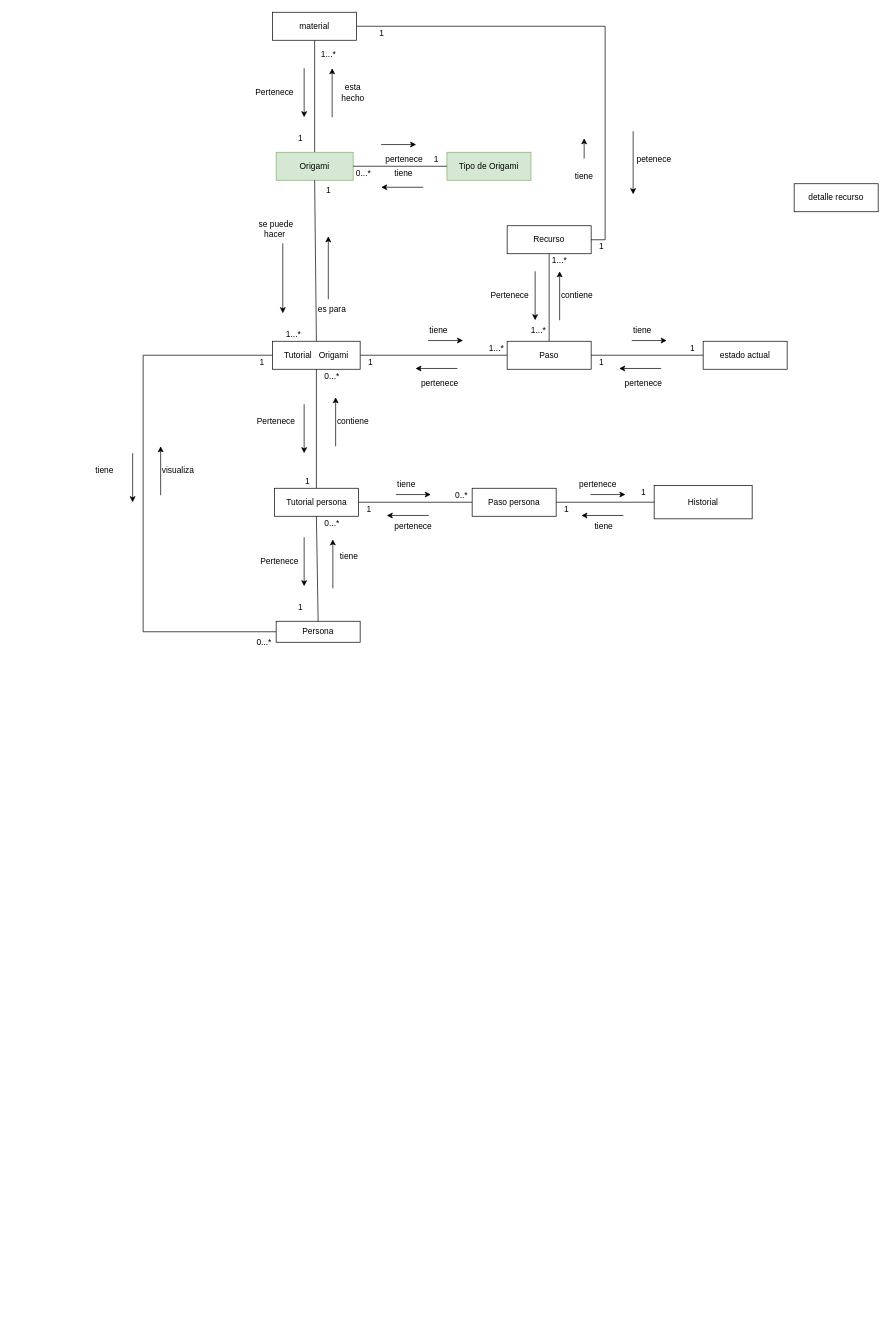
Above: ModeloDeDominio3D.drawio in andrescastillo1996/documentacionMundoOrigami (draw.io), before the change. Source tidied: cells renumbered, new cells numbered last; positions are measured from the earlier drawing's top-left corner, leaving out a move shared by most shapes. Both pictures are drawn from the tidied source at 70%, with x=0, y=0 at pixel (83, 12).
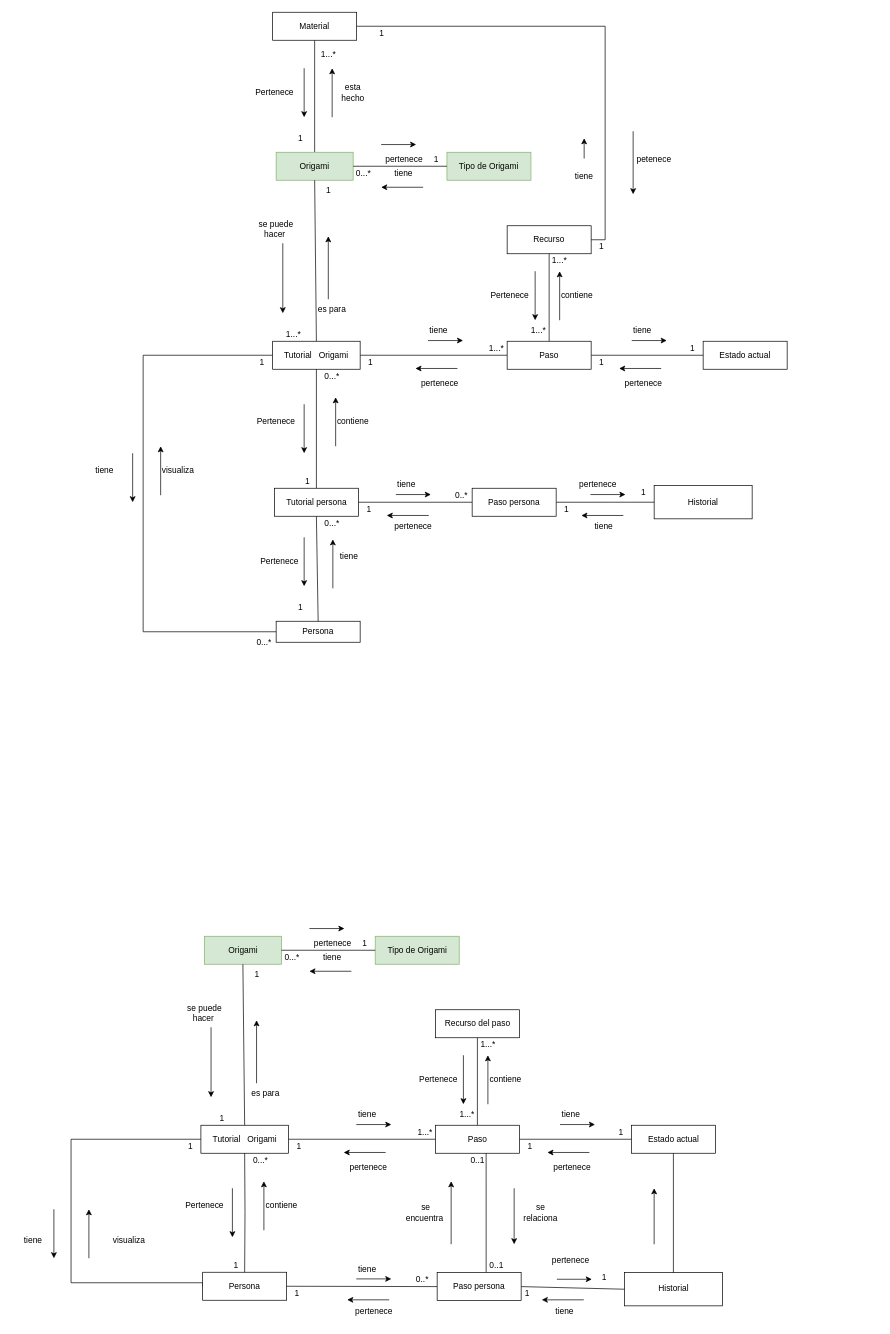
The same diagram, later.

Change to the diagram source:
```diff
@@
-    <mxCell id="30" value="estado actual" style="rounded=0;whiteSpace=wrap;html=1;" parent="1" vertex="1">
+    <mxCell id="30" value="Estado actual" style="rounded=0;whiteSpace=wrap;html=1;" parent="1" vertex="1">
       <mxGeometry x="885" y="470" width="120" height="40" as="geometry" />
     </mxCell>
@@
-    <mxCell id="53" value="material" style="rounded=0;whiteSpace=wrap;html=1;" parent="1" vertex="1">
+    <mxCell id="53" value="Material" style="rounded=0;whiteSpace=wrap;html=1;" parent="1" vertex="1">
       <mxGeometry x="270" width="120" height="40" as="geometry" />
     </mxCell>
@@
-    <mxCell id="66" value="detalle recurso" style="rounded=0;whiteSpace=wrap;html=1;" parent="1" vertex="1">
-      <mxGeometry x="1015" y="245" width="120" height="40" as="geometry" />
-    </mxCell>
@@
+    <mxCell id="98" value="Tipo de Origami" style="rounded=0;whiteSpace=wrap;html=1;fillColor=#d5e8d4;strokeColor=#82b366;" parent="1" vertex="1">
+      <mxGeometry x="416.5" y="1320" width="120" height="40" as="geometry" />
+    </mxCell>
+    <mxCell id="99" value="Origami" style="rounded=0;whiteSpace=wrap;html=1;fillColor=#d5e8d4;strokeColor=#82b366;" parent="1" vertex="1">
+      <mxGeometry x="172.5" y="1320" width="110" height="40" as="geometry" />
+    </mxCell>
+    <mxCell id="100" value="Historial" style="rounded=0;whiteSpace=wrap;html=1;" parent="1" vertex="1">
+      <mxGeometry x="772.5" y="1800.5" width="140" height="47.5" as="geometry" />
+    </mxCell>
+    <mxCell id="101" style="endArrow=none;html=1;rounded=0;entryX=0;entryY=0.5;entryDx=0;entryDy=0;exitX=1;exitY=0.5;exitDx=0;exitDy=0;" parent="1" edge="1" source="99" target="98">
+      <mxGeometry relative="1" as="geometry" />
+    </mxCell>
+    <mxCell id="102" style="edgeStyle=orthogonalEdgeStyle;rounded=0;jettySize=auto;html=1;exitX=0;exitY=0.5;exitDx=0;exitDy=0;entryX=0;entryY=0.5;entryDx=0;entryDy=0;endArrow=none;endFill=0;" parent="1" edge="1" source="103" target="106">
+      <mxGeometry relative="1" as="geometry">
+        <Array as="points">
+          <mxPoint x="-18" y="1815" />
+          <mxPoint x="-18" y="1610" />
+        </Array>
+      </mxGeometry>
+    </mxCell>
+    <mxCell id="103" value="Persona" style="rounded=0;whiteSpace=wrap;html=1;" parent="1" vertex="1">
+      <mxGeometry x="170" y="1800" width="120" height="40" as="geometry" />
+    </mxCell>
+    <mxCell id="104" style="endArrow=none;html=1;rounded=0;exitX=0.5;exitY=1;exitDx=0;exitDy=0;entryX=0.5;entryY=0;entryDx=0;entryDy=0;" parent="1" edge="1" source="99" target="106">
+      <mxGeometry relative="1" as="geometry" />
+    </mxCell>
+    <mxCell id="105" style="edgeStyle=orthogonalEdgeStyle;rounded=0;jettySize=auto;html=1;endArrow=none;endFill=0;" parent="1" edge="1" source="106" target="124">
+      <mxGeometry relative="1" as="geometry" />
+    </mxCell>
+    <mxCell id="106" value="Tutorial&amp;nbsp; &amp;nbsp;Origami" style="rounded=0;whiteSpace=wrap;html=1;" parent="1" vertex="1">
+      <mxGeometry x="167.5" y="1590" width="125" height="40" as="geometry" />
+    </mxCell>
+    <mxCell id="107" style="endArrow=classic;html=1;rounded=0;" parent="1" edge="1">
+      <mxGeometry relative="1" as="geometry">
+        <mxPoint x="322.5" y="1309" as="sourcePoint" />
+        <mxPoint x="372.5" y="1309" as="targetPoint" />
+      </mxGeometry>
+    </mxCell>
+    <mxCell id="108" style="endArrow=classic;html=1;rounded=0;" parent="1" edge="1">
+      <mxGeometry relative="1" as="geometry">
+        <mxPoint x="382.5" y="1370" as="sourcePoint" />
+        <mxPoint x="322.5" y="1370" as="targetPoint" />
+      </mxGeometry>
+    </mxCell>
+    <mxCell id="109" style="endArrow=classic;html=1;rounded=0;" parent="1" edge="1">
+      <mxGeometry relative="1" as="geometry">
+        <mxPoint x="247" y="1530" as="sourcePoint" />
+        <mxPoint x="247" y="1440" as="targetPoint" />
+      </mxGeometry>
+    </mxCell>
+    <mxCell id="110" value="tiene&amp;nbsp;" style="text;html=1;strokeColor=none;fillColor=none;align=center;verticalAlign=middle;whiteSpace=wrap;rounded=0;" parent="1" vertex="1">
+      <mxGeometry x="326.5" y="1335" width="60" height="30" as="geometry" />
+    </mxCell>
+    <mxCell id="111" value="0...*" style="text;html=1;strokeColor=none;fillColor=none;align=center;verticalAlign=middle;whiteSpace=wrap;rounded=0;" parent="1" vertex="1">
+      <mxGeometry x="282.5" y="1340" width="30" height="20" as="geometry" />
+    </mxCell>
+    <mxCell id="112" style="endArrow=classic;html=1;rounded=0;" parent="1" edge="1">
+      <mxGeometry relative="1" as="geometry">
+        <mxPoint x="182" y="1450" as="sourcePoint" />
+        <mxPoint x="182" y="1550" as="targetPoint" />
+      </mxGeometry>
+    </mxCell>
+    <mxCell id="113" value="pertenece" style="text;html=1;strokeColor=none;fillColor=none;align=center;verticalAlign=middle;whiteSpace=wrap;rounded=0;" parent="1" vertex="1">
+      <mxGeometry x="325.5" y="1320" width="60" height="20" as="geometry" />
+    </mxCell>
+    <mxCell id="114" value="1" style="text;html=1;strokeColor=none;fillColor=none;align=center;verticalAlign=middle;whiteSpace=wrap;rounded=0;" parent="1" vertex="1">
+      <mxGeometry x="386.5" y="1320" width="30" height="20" as="geometry" />
+    </mxCell>
+    <mxCell id="115" value="es para" style="text;html=1;strokeColor=none;fillColor=none;align=center;verticalAlign=middle;whiteSpace=wrap;rounded=0;" parent="1" vertex="1">
+      <mxGeometry x="230" y="1530" width="60" height="30" as="geometry" />
+    </mxCell>
+    <mxCell id="116" value="1" style="text;html=1;strokeColor=none;fillColor=none;align=center;verticalAlign=middle;whiteSpace=wrap;rounded=0;" parent="1" vertex="1">
+      <mxGeometry x="182.5" y="1570" width="30" height="20" as="geometry" />
+    </mxCell>
+    <mxCell id="117" value="se puede hacer&amp;nbsp;" style="text;html=1;strokeColor=none;fillColor=none;align=center;verticalAlign=middle;whiteSpace=wrap;rounded=0;" parent="1" vertex="1">
+      <mxGeometry x="142.5" y="1420" width="60" height="20" as="geometry" />
+    </mxCell>
+    <mxCell id="118" value="1" style="text;html=1;strokeColor=none;fillColor=none;align=center;verticalAlign=middle;whiteSpace=wrap;rounded=0;" parent="1" vertex="1">
+      <mxGeometry x="232.5" y="1365" width="30" height="20" as="geometry" />
+    </mxCell>
+    <mxCell id="119" style="endArrow=none;html=1;rounded=0;exitX=1;exitY=0.5;exitDx=0;exitDy=0;entryX=0;entryY=0.5;entryDx=0;entryDy=0;" parent="1" edge="1" source="132" target="100">
+      <mxGeometry relative="1" as="geometry" />
+    </mxCell>
+    <mxCell id="120" value="Estado actual" style="rounded=0;whiteSpace=wrap;html=1;" parent="1" vertex="1">
+      <mxGeometry x="782.5" y="1590" width="120" height="40" as="geometry" />
+    </mxCell>
+    <mxCell id="121" value="Recurso del paso" style="rounded=0;whiteSpace=wrap;html=1;" parent="1" vertex="1">
+      <mxGeometry x="502.5" y="1425" width="120" height="40" as="geometry" />
+    </mxCell>
+    <mxCell id="122" style="edgeStyle=orthogonalEdgeStyle;rounded=0;jettySize=auto;html=1;entryX=0;entryY=0.5;entryDx=0;entryDy=0;endArrow=none;endFill=0;" parent="1" edge="1" source="124" target="120">
+      <mxGeometry relative="1" as="geometry" />
+    </mxCell>
+    <mxCell id="123" style="edgeStyle=orthogonalEdgeStyle;rounded=0;jettySize=auto;html=1;endArrow=none;endFill=0;" parent="1" edge="1" source="124" target="121">
+      <mxGeometry relative="1" as="geometry" />
+    </mxCell>
+    <mxCell id="124" value="Paso" style="rounded=0;whiteSpace=wrap;html=1;" parent="1" vertex="1">
+      <mxGeometry x="502.5" y="1590" width="120" height="40" as="geometry" />
+    </mxCell>
+    <mxCell id="125" style="edgeStyle=orthogonalEdgeStyle;rounded=0;jettySize=auto;html=1;exitX=0.5;exitY=0;exitDx=0;exitDy=0;entryX=0.5;entryY=1;entryDx=0;entryDy=0;endArrow=none;endFill=0;" parent="1" edge="1" target="106">
+      <mxGeometry relative="1" as="geometry">
+        <mxPoint x="230" y="1800" as="sourcePoint" />
+      </mxGeometry>
+    </mxCell>
+    <mxCell id="126" style="edgeStyle=orthogonalEdgeStyle;rounded=0;jettySize=auto;html=1;exitX=1;exitY=0.5;exitDx=0;exitDy=0;entryX=0;entryY=0.5;entryDx=0;entryDy=0;endArrow=none;endFill=0;" parent="1" edge="1" target="132">
+      <mxGeometry relative="1" as="geometry">
+        <mxPoint x="290" y="1820" as="sourcePoint" />
+      </mxGeometry>
+    </mxCell>
+    <mxCell id="127" style="endArrow=classic;html=1;rounded=0;" parent="1" edge="1">
+      <mxGeometry relative="1" as="geometry">
+        <mxPoint x="257.5" y="1740" as="sourcePoint" />
+        <mxPoint x="257.5" y="1670" as="targetPoint" />
+      </mxGeometry>
+    </mxCell>
+    <mxCell id="128" value="contiene" style="text;html=1;strokeColor=none;fillColor=none;align=center;verticalAlign=middle;whiteSpace=wrap;rounded=0;" parent="1" vertex="1">
+      <mxGeometry x="252.5" y="1690" width="60" height="30" as="geometry" />
+    </mxCell>
+    <mxCell id="129" value="Pertenece" style="text;html=1;strokeColor=none;fillColor=none;align=center;verticalAlign=middle;whiteSpace=wrap;rounded=0;" parent="1" vertex="1">
+      <mxGeometry x="142.5" y="1690" width="60" height="30" as="geometry" />
+    </mxCell>
+    <mxCell id="130" style="endArrow=classic;html=1;rounded=0;" parent="1" edge="1">
+      <mxGeometry relative="1" as="geometry">
+        <mxPoint x="212.5" y="1680" as="sourcePoint" />
+        <mxPoint x="212.5" y="1750" as="targetPoint" />
+      </mxGeometry>
+    </mxCell>
+    <mxCell id="131" value="0...*" style="text;html=1;strokeColor=none;fillColor=none;align=center;verticalAlign=middle;whiteSpace=wrap;rounded=0;" parent="1" vertex="1">
+      <mxGeometry x="237.5" y="1630" width="30" height="20" as="geometry" />
+    </mxCell>
+    <mxCell id="132" value="Paso persona" style="rounded=0;whiteSpace=wrap;html=1;" parent="1" vertex="1">
+      <mxGeometry x="505" y="1800.5" width="120" height="40" as="geometry" />
+    </mxCell>
+    <mxCell id="133" value="tiene" style="text;html=1;strokeColor=none;fillColor=none;align=center;verticalAlign=middle;whiteSpace=wrap;rounded=0;" parent="1" vertex="1">
+      <mxGeometry x="-102.5" y="1740" width="60" height="30" as="geometry" />
+    </mxCell>
+    <mxCell id="134" style="endArrow=classic;html=1;rounded=0;" parent="1" edge="1">
+      <mxGeometry relative="1" as="geometry">
+        <mxPoint x="-42.5" y="1710" as="sourcePoint" />
+        <mxPoint x="-42.5" y="1780" as="targetPoint" />
+      </mxGeometry>
+    </mxCell>
+    <mxCell id="135" style="endArrow=classic;html=1;rounded=0;" parent="1" edge="1">
+      <mxGeometry relative="1" as="geometry">
+        <mxPoint x="7.5" y="1780" as="sourcePoint" />
+        <mxPoint x="7.5" y="1710" as="targetPoint" />
+      </mxGeometry>
+    </mxCell>
+    <mxCell id="136" value="visualiza" style="text;html=1;strokeColor=none;fillColor=none;align=center;verticalAlign=middle;whiteSpace=wrap;rounded=0;" parent="1" vertex="1">
+      <mxGeometry x="35" y="1740" width="60" height="30" as="geometry" />
+    </mxCell>
+    <mxCell id="137" value="1" style="text;html=1;strokeColor=none;fillColor=none;align=center;verticalAlign=middle;whiteSpace=wrap;rounded=0;" parent="1" vertex="1">
+      <mxGeometry x="137.5" y="1610" width="30" height="20" as="geometry" />
+    </mxCell>
+    <mxCell id="138" style="endArrow=classic;html=1;rounded=0;" parent="1" edge="1">
+      <mxGeometry relative="1" as="geometry">
+        <mxPoint x="389.5" y="1589" as="sourcePoint" />
+        <mxPoint x="439.5" y="1589" as="targetPoint" />
+      </mxGeometry>
+    </mxCell>
+    <mxCell id="139" style="endArrow=classic;html=1;rounded=0;" parent="1" edge="1">
+      <mxGeometry relative="1" as="geometry">
+        <mxPoint x="431.5" y="1628.9" as="sourcePoint" />
+        <mxPoint x="371.5" y="1628.9" as="targetPoint" />
+      </mxGeometry>
+    </mxCell>
+    <mxCell id="140" value="tiene&amp;nbsp;" style="text;html=1;strokeColor=none;fillColor=none;align=center;verticalAlign=middle;whiteSpace=wrap;rounded=0;" parent="1" vertex="1">
+      <mxGeometry x="376.5" y="1560" width="60" height="30" as="geometry" />
+    </mxCell>
+    <mxCell id="141" value="pertenece" style="text;html=1;strokeColor=none;fillColor=none;align=center;verticalAlign=middle;whiteSpace=wrap;rounded=0;" parent="1" vertex="1">
+      <mxGeometry x="376.5" y="1640" width="60" height="20" as="geometry" />
+    </mxCell>
+    <mxCell id="142" style="endArrow=classic;html=1;rounded=0;" parent="1" edge="1">
+      <mxGeometry relative="1" as="geometry">
+        <mxPoint x="680.5" y="1589" as="sourcePoint" />
+        <mxPoint x="730.5" y="1589" as="targetPoint" />
+      </mxGeometry>
+    </mxCell>
+    <mxCell id="143" style="endArrow=classic;html=1;rounded=0;" parent="1" edge="1">
+      <mxGeometry relative="1" as="geometry">
+        <mxPoint x="722.5" y="1628.9" as="sourcePoint" />
+        <mxPoint x="662.5" y="1628.9" as="targetPoint" />
+      </mxGeometry>
+    </mxCell>
+    <mxCell id="144" value="tiene&amp;nbsp;" style="text;html=1;strokeColor=none;fillColor=none;align=center;verticalAlign=middle;whiteSpace=wrap;rounded=0;" parent="1" vertex="1">
+      <mxGeometry x="667.5" y="1560" width="60" height="30" as="geometry" />
+    </mxCell>
+    <mxCell id="145" value="pertenece" style="text;html=1;strokeColor=none;fillColor=none;align=center;verticalAlign=middle;whiteSpace=wrap;rounded=0;" parent="1" vertex="1">
+      <mxGeometry x="667.5" y="1640" width="60" height="20" as="geometry" />
+    </mxCell>
+    <mxCell id="146" value="1" style="text;html=1;strokeColor=none;fillColor=none;align=center;verticalAlign=middle;whiteSpace=wrap;rounded=0;" parent="1" vertex="1">
+      <mxGeometry x="752.5" y="1590" width="30" height="20" as="geometry" />
+    </mxCell>
+    <mxCell id="147" value="1...*" style="text;html=1;strokeColor=none;fillColor=none;align=center;verticalAlign=middle;whiteSpace=wrap;rounded=0;" parent="1" vertex="1">
+      <mxGeometry x="472.5" y="1590" width="30" height="20" as="geometry" />
+    </mxCell>
+    <mxCell id="148" value="1" style="text;html=1;strokeColor=none;fillColor=none;align=center;verticalAlign=middle;whiteSpace=wrap;rounded=0;" parent="1" vertex="1">
+      <mxGeometry x="622.5" y="1610" width="30" height="20" as="geometry" />
+    </mxCell>
+    <mxCell id="149" value="1" style="text;html=1;strokeColor=none;fillColor=none;align=center;verticalAlign=middle;whiteSpace=wrap;rounded=0;" parent="1" vertex="1">
+      <mxGeometry x="292.5" y="1610" width="30" height="20" as="geometry" />
+    </mxCell>
+    <mxCell id="150" style="endArrow=classic;html=1;rounded=0;" parent="1" edge="1">
+      <mxGeometry relative="1" as="geometry">
+        <mxPoint x="577.5" y="1560" as="sourcePoint" />
+        <mxPoint x="577.5" y="1490" as="targetPoint" />
+      </mxGeometry>
+    </mxCell>
+    <mxCell id="151" value="contiene" style="text;html=1;strokeColor=none;fillColor=none;align=center;verticalAlign=middle;whiteSpace=wrap;rounded=0;" parent="1" vertex="1">
+      <mxGeometry x="572.5" y="1510" width="60" height="30" as="geometry" />
+    </mxCell>
+    <mxCell id="152" value="Pertenece" style="text;html=1;strokeColor=none;fillColor=none;align=center;verticalAlign=middle;whiteSpace=wrap;rounded=0;" parent="1" vertex="1">
+      <mxGeometry x="476.5" y="1510" width="60" height="30" as="geometry" />
+    </mxCell>
+    <mxCell id="153" style="endArrow=classic;html=1;rounded=0;" parent="1" edge="1">
+      <mxGeometry relative="1" as="geometry">
+        <mxPoint x="542.5" y="1490" as="sourcePoint" />
+        <mxPoint x="542.5" y="1560" as="targetPoint" />
+      </mxGeometry>
+    </mxCell>
+    <mxCell id="154" value="1...*" style="text;html=1;strokeColor=none;fillColor=none;align=center;verticalAlign=middle;whiteSpace=wrap;rounded=0;" parent="1" vertex="1">
+      <mxGeometry x="562.5" y="1465" width="30" height="20" as="geometry" />
+    </mxCell>
+    <mxCell id="155" value="1...*" style="text;html=1;strokeColor=none;fillColor=none;align=center;verticalAlign=middle;whiteSpace=wrap;rounded=0;" parent="1" vertex="1">
+      <mxGeometry x="532.5" y="1565" width="30" height="20" as="geometry" />
+    </mxCell>
+    <mxCell id="156" value="1" style="text;html=1;strokeColor=none;fillColor=none;align=center;verticalAlign=middle;whiteSpace=wrap;rounded=0;" parent="1" vertex="1">
+      <mxGeometry x="202.5" y="1780" width="30" height="20" as="geometry" />
+    </mxCell>
+    <mxCell id="157" style="endArrow=classic;html=1;rounded=0;" parent="1" edge="1">
+      <mxGeometry relative="1" as="geometry">
+        <mxPoint x="389.5" y="1809.5" as="sourcePoint" />
+        <mxPoint x="439.5" y="1809.5" as="targetPoint" />
+      </mxGeometry>
+    </mxCell>
+    <mxCell id="158" style="endArrow=classic;html=1;rounded=0;" parent="1" edge="1">
+      <mxGeometry relative="1" as="geometry">
+        <mxPoint x="436.5" y="1839.4" as="sourcePoint" />
+        <mxPoint x="376.5" y="1839.4" as="targetPoint" />
+      </mxGeometry>
+    </mxCell>
+    <mxCell id="159" value="tiene&amp;nbsp;" style="text;html=1;strokeColor=none;fillColor=none;align=center;verticalAlign=middle;whiteSpace=wrap;rounded=0;" parent="1" vertex="1">
+      <mxGeometry x="376.5" y="1780.5" width="60" height="30" as="geometry" />
+    </mxCell>
+    <mxCell id="160" value="pertenece" style="text;html=1;strokeColor=none;fillColor=none;align=center;verticalAlign=middle;whiteSpace=wrap;rounded=0;" parent="1" vertex="1">
+      <mxGeometry x="384.5" y="1845.5" width="60" height="20" as="geometry" />
+    </mxCell>
+    <mxCell id="161" style="endArrow=classic;html=1;rounded=0;" parent="1" edge="1">
+      <mxGeometry relative="1" as="geometry">
+        <mxPoint x="676" y="1810" as="sourcePoint" />
+        <mxPoint x="726" y="1810" as="targetPoint" />
+      </mxGeometry>
+    </mxCell>
+    <mxCell id="162" style="endArrow=classic;html=1;rounded=0;" parent="1" edge="1">
+      <mxGeometry relative="1" as="geometry">
+        <mxPoint x="714.5" y="1839.4" as="sourcePoint" />
+        <mxPoint x="654.5" y="1839.4" as="targetPoint" />
+      </mxGeometry>
+    </mxCell>
+    <mxCell id="163" value="tiene&amp;nbsp;" style="text;html=1;strokeColor=none;fillColor=none;align=center;verticalAlign=middle;whiteSpace=wrap;rounded=0;" parent="1" vertex="1">
+      <mxGeometry x="658.5" y="1840.5" width="60" height="30" as="geometry" />
+    </mxCell>
+    <mxCell id="164" value="pertenece" style="text;html=1;strokeColor=none;fillColor=none;align=center;verticalAlign=middle;whiteSpace=wrap;rounded=0;" parent="1" vertex="1">
+      <mxGeometry x="666" y="1773" width="60" height="20" as="geometry" />
+    </mxCell>
+    <mxCell id="165" value="0..*" style="text;html=1;strokeColor=none;fillColor=none;align=center;verticalAlign=middle;whiteSpace=wrap;rounded=0;" parent="1" vertex="1">
+      <mxGeometry x="468.5" y="1800.5" width="30" height="20" as="geometry" />
+    </mxCell>
+    <mxCell id="166" value="1" style="text;html=1;strokeColor=none;fillColor=none;align=center;verticalAlign=middle;whiteSpace=wrap;rounded=0;" parent="1" vertex="1">
+      <mxGeometry x="290" y="1820" width="30" height="20" as="geometry" />
+    </mxCell>
+    <mxCell id="167" value="1" style="text;html=1;strokeColor=none;fillColor=none;align=center;verticalAlign=middle;whiteSpace=wrap;rounded=0;" parent="1" vertex="1">
+      <mxGeometry x="728.5" y="1796.8" width="30" height="20" as="geometry" />
+    </mxCell>
+    <mxCell id="168" value="1" style="text;html=1;strokeColor=none;fillColor=none;align=center;verticalAlign=middle;whiteSpace=wrap;rounded=0;" parent="1" vertex="1">
+      <mxGeometry x="618.5" y="1820.5" width="30" height="20" as="geometry" />
+    </mxCell>
+    <mxCell id="169" style="endArrow=none;html=1;rounded=0;entryX=0.604;entryY=1;entryDx=0;entryDy=0;entryPerimeter=0;" parent="1" edge="1" target="124">
+      <mxGeometry relative="1" as="geometry">
+        <mxPoint x="575" y="1800" as="sourcePoint" />
+      </mxGeometry>
+    </mxCell>
+    <mxCell id="170" style="endArrow=classic;html=1;rounded=0;" parent="1" edge="1">
+      <mxGeometry relative="1" as="geometry">
+        <mxPoint x="525" y="1760" as="sourcePoint" />
+        <mxPoint x="525" y="1670" as="targetPoint" />
+      </mxGeometry>
+    </mxCell>
+    <mxCell id="171" style="endArrow=classic;html=1;rounded=0;" parent="1" edge="1">
+      <mxGeometry relative="1" as="geometry">
+        <mxPoint x="615" y="1680" as="sourcePoint" />
+        <mxPoint x="615" y="1760" as="targetPoint" />
+      </mxGeometry>
+    </mxCell>
+    <mxCell id="172" value="se encuentra&amp;nbsp;" style="text;html=1;strokeColor=none;fillColor=none;align=center;verticalAlign=middle;whiteSpace=wrap;rounded=0;" parent="1" vertex="1">
+      <mxGeometry x="459" y="1700" width="60" height="30" as="geometry" />
+    </mxCell>
+    <mxCell id="173" value="se relaciona" style="text;html=1;strokeColor=none;fillColor=none;align=center;verticalAlign=middle;whiteSpace=wrap;rounded=0;" parent="1" vertex="1">
+      <mxGeometry x="622.5" y="1700" width="60" height="30" as="geometry" />
+    </mxCell>
+    <mxCell id="174" value="0..1" style="text;html=1;strokeColor=none;fillColor=none;align=center;verticalAlign=middle;whiteSpace=wrap;rounded=0;" parent="1" vertex="1">
+      <mxGeometry x="547.5" y="1630" width="30" height="20" as="geometry" />
+    </mxCell>
+    <mxCell id="175" value="0..1" style="text;html=1;strokeColor=none;fillColor=none;align=center;verticalAlign=middle;whiteSpace=wrap;rounded=0;" parent="1" vertex="1">
+      <mxGeometry x="575" y="1780" width="30" height="20" as="geometry" />
+    </mxCell>
+    <mxCell id="176" style="endArrow=none;html=1;rounded=0;entryX=0.5;entryY=1;entryDx=0;entryDy=0;exitX=0.5;exitY=0;exitDx=0;exitDy=0;" parent="1" edge="1" source="100" target="120">
+      <mxGeometry relative="1" as="geometry" />
+    </mxCell>
+    <mxCell id="177" style="endArrow=classic;html=1;rounded=0;" parent="1" edge="1">
+      <mxGeometry relative="1" as="geometry">
+        <mxPoint x="815" y="1760" as="sourcePoint" />
+        <mxPoint x="815" y="1680" as="targetPoint" />
+      </mxGeometry>
+    </mxCell>
```
